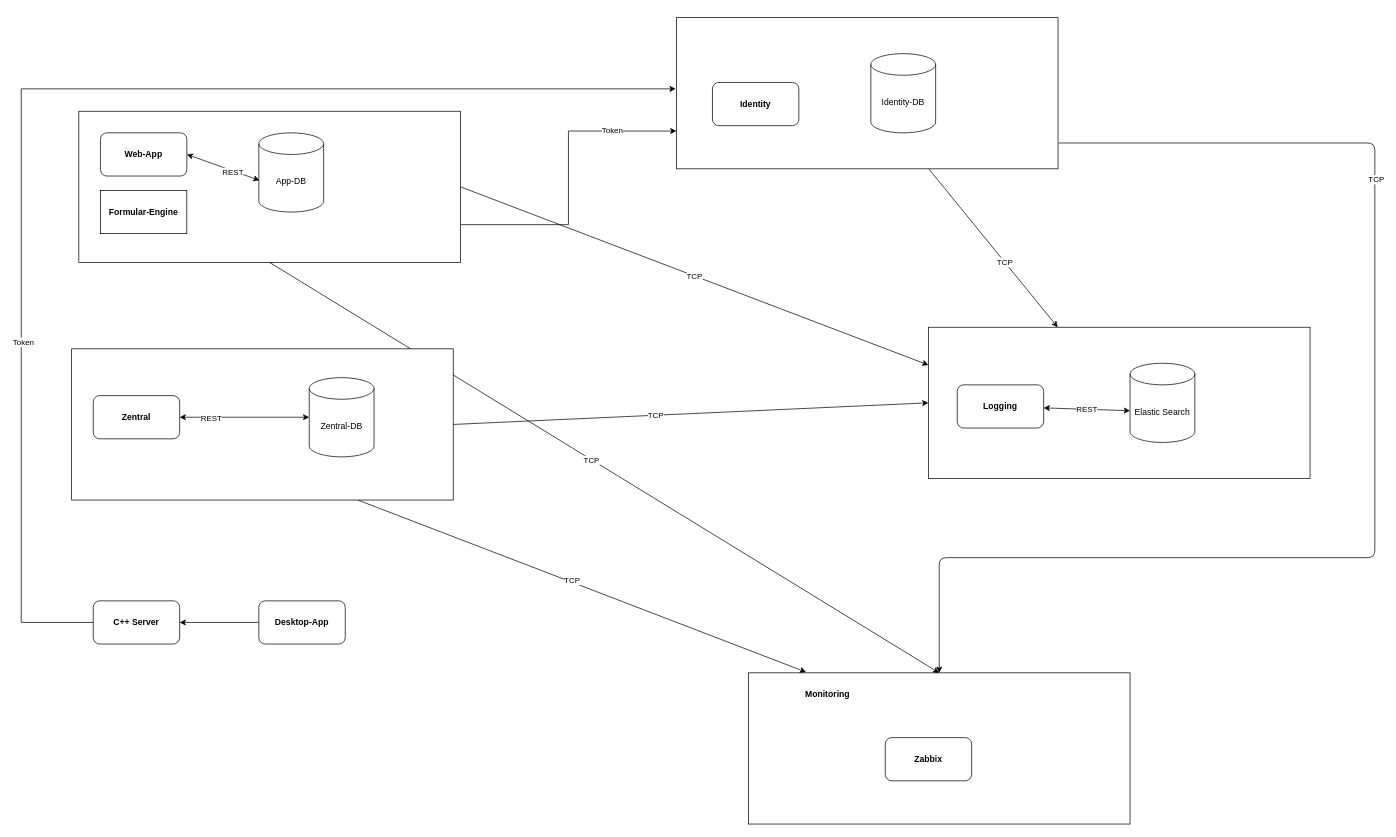
mats68/next-gen-diagramm keeps this draw.io diagram as NextGen.drawio. Above is the earlier version. Source tidied: cells renumbered, new cells numbered last; positions are measured from the earlier drawing's top-left corner, leaving out a move shared by most shapes. Both pictures are drawn from the tidied source at 72%, with x=0, y=0 at pixel (21, 17).
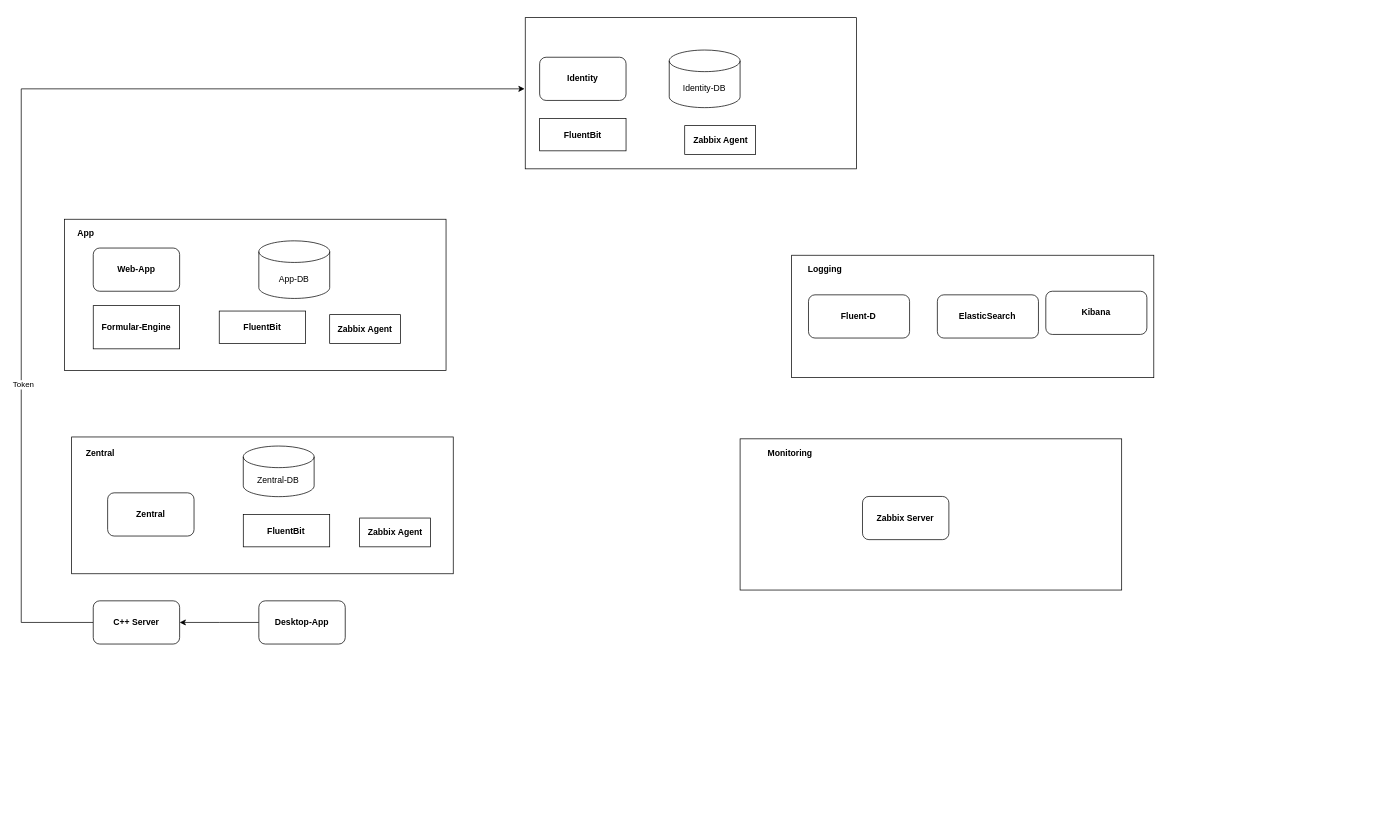
After the change.

Diff of the diagram source:
```diff
@@
-    <mxCell id="2" style="rounded=1;whiteSpace=wrap;html=1;" parent="1" vertex="1">
-      <mxGeometry x="1300" y="495" width="120" height="60" as="geometry" />
-    </mxCell>
-    <mxCell id="3" style="edgeStyle=orthogonalEdgeStyle;rounded=0;jettySize=auto;html=1;exitX=1;exitY=0.75;exitDx=0;exitDy=0;entryX=0;entryY=0.75;entryDx=0;entryDy=0;" parent="1" edge="1" source="5" target="26">
-      <mxGeometry relative="1" as="geometry" />
-    </mxCell>
-    <mxCell id="4" value="Token" style="edgeLabel;html=1;align=center;verticalAlign=middle;" parent="3" vertex="1">
-      <mxGeometry x="0.58" y="2" relative="1" as="geometry">
-        <mxPoint y="1" as="offset" />
-      </mxGeometry>
-    </mxCell>
     <mxCell id="5" style="rounded=0;whiteSpace=wrap;html=1;" parent="1" vertex="1">
-      <mxGeometry x="80" y="130" width="530" height="210" as="geometry" />
+      <mxGeometry x="60" y="280" width="530" height="210" as="geometry" />
     </mxCell>
     <mxCell id="6" value="&lt;b&gt;Web-App&lt;br&gt;&lt;/b&gt;" style="rounded=1;whiteSpace=wrap;html=1;" parent="1" vertex="1">
-      <mxGeometry x="110" y="160" width="120" height="60" as="geometry" />
+      <mxGeometry x="100" y="320" width="120" height="60" as="geometry" />
     </mxCell>
-    <mxCell id="7" style="rounded=0;whiteSpace=wrap;html=1;" parent="1" vertex="1">
-      <mxGeometry x="1260" y="430" width="530" height="210" as="geometry" />
-    </mxCell>
-    <mxCell id="8" value="TCP" style="endArrow=classic;html=1;exitX=1;exitY=0.5;exitDx=0;exitDy=0;entryX=0;entryY=0.25;entryDx=0;entryDy=0;" parent="1" edge="1" source="5" target="7">
-      <mxGeometry relative="1" as="geometry" />
-    </mxCell>
-    <mxCell id="9" style="endArrow=classic;html=1;entryX=0;entryY=0.5;entryDx=0;entryDy=0;exitX=1;exitY=0.5;exitDx=0;exitDy=0;" parent="1" edge="1" source="37" target="7">
-      <mxGeometry relative="1" as="geometry" />
-    </mxCell>
-    <mxCell id="10" value="TCP" style="edgeLabel;html=1;align=center;verticalAlign=middle;" parent="9" vertex="1">
-      <mxGeometry x="-0.15" relative="1" as="geometry" />
-    </mxCell>
-    <mxCell id="11" style="endArrow=classic;html=1;" parent="1" edge="1" source="26" target="7">
-      <mxGeometry relative="1" as="geometry" />
-    </mxCell>
-    <mxCell id="12" value="TCP" style="edgeLabel;html=1;align=center;verticalAlign=middle;" parent="11" vertex="1">
-      <mxGeometry x="0.18" relative="1" as="geometry" />
-    </mxCell>
-    <mxCell id="13" value="App-DB" style="shape=cylinder3;whiteSpace=wrap;html=1;boundedLbl=1;backgroundOutline=1;size=15;" parent="1" vertex="1">
-      <mxGeometry x="330" y="160" width="90" height="110" as="geometry" />
-    </mxCell>
-    <mxCell id="14" value="Elastic Search" style="shape=cylinder3;whiteSpace=wrap;html=1;boundedLbl=1;backgroundOutline=1;size=15;" parent="1" vertex="1">
-      <mxGeometry x="1540" y="480" width="90" height="110" as="geometry" />
-    </mxCell>
-    <mxCell id="15" style="endArrow=classic;startArrow=classic;html=1;entryX=0.011;entryY=0.6;entryDx=0;entryDy=0;entryPerimeter=0;exitX=1;exitY=0.5;exitDx=0;exitDy=0;" parent="1" edge="1" source="6" target="13">
-      <mxGeometry relative="1" as="geometry" />
-    </mxCell>
-    <mxCell id="16" value="REST" style="edgeLabel;html=1;align=center;verticalAlign=middle;" parent="15" vertex="1">
-      <mxGeometry x="0.26" y="-1" relative="1" as="geometry">
-        <mxPoint y="1" as="offset" />
-      </mxGeometry>
-    </mxCell>
-    <mxCell id="17" style="rounded=0;whiteSpace=wrap;html=1;" parent="1" vertex="1">
-      <mxGeometry x="1010" y="910" width="530" height="210" as="geometry" />
-    </mxCell>
-    <mxCell id="18" value="Monitoring&lt;br&gt;" style="text;html=1;strokeColor=none;fillColor=none;align=center;verticalAlign=middle;whiteSpace=wrap;rounded=0;fontStyle=1;" parent="1" vertex="1">
-      <mxGeometry x="1050" y="930" width="140" height="20" as="geometry" />
-    </mxCell>
-    <mxCell id="19" value="&lt;b&gt;Zabbix&lt;/b&gt;" style="rounded=1;whiteSpace=wrap;html=1;" parent="1" vertex="1">
-      <mxGeometry x="1200" y="1000" width="120" height="60" as="geometry" />
-    </mxCell>
-    <mxCell id="20" style="endArrow=classic;html=1;exitX=0.5;exitY=1;exitDx=0;exitDy=0;entryX=0.5;entryY=0;entryDx=0;entryDy=0;" parent="1" edge="1" source="5" target="17">
-      <mxGeometry relative="1" as="geometry" />
-    </mxCell>
-    <mxCell id="21" value="TCP" style="edgeLabel;html=1;align=center;verticalAlign=middle;" parent="20" vertex="1">
-      <mxGeometry x="-0.04" y="-1" relative="1" as="geometry" />
-    </mxCell>
-    <mxCell id="22" style="endArrow=classic;html=1;entryX=0.151;entryY=-0.005;entryDx=0;entryDy=0;entryPerimeter=0;exitX=0.75;exitY=1;exitDx=0;exitDy=0;" parent="1" edge="1" source="37" target="17">
-      <mxGeometry relative="1" as="geometry" />
-    </mxCell>
-    <mxCell id="23" value="TCP" style="edgeLabel;html=1;align=center;verticalAlign=middle;" parent="22" vertex="1">
-      <mxGeometry x="-0.05" y="2" relative="1" as="geometry" />
-    </mxCell>
-    <mxCell id="24" style="endArrow=classic;html=1;exitX=1.002;exitY=0.829;exitDx=0;exitDy=0;exitPerimeter=0;edgeStyle=orthogonalEdgeStyle;" parent="1" edge="1" source="26" target="17">
-      <mxGeometry relative="1" as="geometry">
-        <Array as="points">
-          <mxPoint x="1880" y="174" />
-          <mxPoint x="1880" y="750" />
-          <mxPoint x="1275" y="750" />
-        </Array>
-      </mxGeometry>
-    </mxCell>
-    <mxCell id="25" value="TCP" style="edgeLabel;html=1;align=center;verticalAlign=middle;" parent="24" vertex="1">
-      <mxGeometry x="-0.45" y="1" relative="1" as="geometry" />
-    </mxCell>
     <mxCell id="26" style="rounded=0;whiteSpace=wrap;html=1;" parent="1" vertex="1">
-      <mxGeometry x="910" width="530" height="210" as="geometry" />
+      <mxGeometry x="700" width="460" height="210" as="geometry" />
     </mxCell>
     <mxCell id="27" value="&lt;b&gt;Identity&lt;/b&gt;" style="rounded=1;whiteSpace=wrap;html=1;" parent="1" vertex="1">
-      <mxGeometry x="960" y="90" width="120" height="60" as="geometry" />
+      <mxGeometry x="720" y="55" width="120" height="60" as="geometry" />
     </mxCell>
-    <mxCell id="28" value="Identity-DB" style="shape=cylinder3;whiteSpace=wrap;html=1;boundedLbl=1;backgroundOutline=1;size=15;" parent="1" vertex="1">
-      <mxGeometry x="1180" y="50" width="90" height="110" as="geometry" />
-    </mxCell>
-    <mxCell id="29" value="&lt;b&gt;Logging&lt;/b&gt;" style="rounded=1;whiteSpace=wrap;html=1;" parent="1" vertex="1">
-      <mxGeometry x="1300" y="510" width="120" height="60" as="geometry" />
-    </mxCell>
@@
-    <mxCell id="35" style="group;" parent="1" vertex="1">
-      <mxGeometry x="70" y="460" width="530" height="210" as="geometry" />
-    </mxCell>
-    <mxCell id="36" style="group;" parent="35" vertex="1">
-      <mxGeometry width="530" height="210" as="geometry" />
-    </mxCell>
+    <mxCell id="43" value="Formular-Engine" style="rounded=0;whiteSpace=wrap;html=1;fontStyle=1;" parent="1" vertex="1">
+      <mxGeometry x="100" y="400" width="120" height="60" as="geometry" />
+    </mxCell>
+    <mxCell id="44" style="group;" parent="1" vertex="1">
+      <mxGeometry x="1070" y="330" width="503" height="170" as="geometry" />
+    </mxCell>
+    <mxCell id="45" style="rounded=0;whiteSpace=wrap;html=1;" parent="44" vertex="1">
+      <mxGeometry width="503" height="170" as="geometry" />
+    </mxCell>
+    <mxCell id="46" style="group;" parent="44" vertex="1">
+      <mxGeometry x="23.4" y="10" width="470" height="105" as="geometry" />
+    </mxCell>
+    <mxCell id="29" value="&lt;b&gt;Logging&lt;/b&gt;" style="text;html=1;strokeColor=none;fillColor=none;align=center;verticalAlign=middle;whiteSpace=wrap;rounded=0;" parent="46" vertex="1">
+      <mxGeometry width="46.8" height="20" as="geometry" />
+    </mxCell>
+    <mxCell id="47" value="&lt;b&gt;Fluent-D&lt;/b&gt;" style="rounded=1;whiteSpace=wrap;html=1;" parent="46" vertex="1">
+      <mxGeometry y="45" width="140.4" height="60" as="geometry" />
+    </mxCell>
+    <mxCell id="48" value="&lt;b&gt;ElasticSearch&lt;br&gt;&lt;/b&gt;" style="rounded=1;whiteSpace=wrap;html=1;" parent="46" vertex="1">
+      <mxGeometry x="179" y="45" width="140.4" height="60" as="geometry" />
+    </mxCell>
+    <mxCell id="49" value="&lt;b&gt;Kibana&lt;/b&gt;" style="rounded=1;whiteSpace=wrap;html=1;" parent="46" vertex="1">
+      <mxGeometry x="329.6" y="40" width="140.4" height="60" as="geometry" />
+    </mxCell>
+    <mxCell id="50" style="edgeStyle=none;rounded=0;orthogonalLoop=1;jettySize=auto;html=1;exitX=0;exitY=0;exitDx=0;exitDy=0;" parent="1" edge="1" source="26" target="26">
+      <mxGeometry relative="1" as="geometry" />
+    </mxCell>
+    <mxCell id="51" style="edgeStyle=none;rounded=0;orthogonalLoop=1;jettySize=auto;html=1;exitX=1;exitY=1;exitDx=0;exitDy=0;" parent="1" edge="1" source="26" target="26">
+      <mxGeometry relative="1" as="geometry" />
+    </mxCell>
+    <mxCell id="52" style="edgeStyle=none;rounded=0;orthogonalLoop=1;jettySize=auto;html=1;exitX=1;exitY=0.5;exitDx=0;exitDy=0;" parent="1" edge="1" source="26" target="26">
+      <mxGeometry relative="1" as="geometry" />
+    </mxCell>
+    <mxCell id="13" value="App-DB" style="shape=cylinder3;whiteSpace=wrap;html=1;boundedLbl=1;backgroundOutline=1;size=15;" parent="1" vertex="1">
+      <mxGeometry x="330" y="310" width="98.4" height="80" as="geometry" />
+    </mxCell>
+    <mxCell id="53" value="&lt;b&gt;App&lt;/b&gt;" style="text;html=1;strokeColor=none;fillColor=none;align=center;verticalAlign=middle;whiteSpace=wrap;rounded=0;" parent="1" vertex="1">
+      <mxGeometry x="70" y="290" width="40" height="20" as="geometry" />
+    </mxCell>
+    <mxCell id="28" value="Identity-DB" style="shape=cylinder3;whiteSpace=wrap;html=1;boundedLbl=1;backgroundOutline=1;size=15;" parent="1" vertex="1">
+      <mxGeometry x="900" y="45" width="98.4" height="80" as="geometry" />
+    </mxCell>
-    <mxCell id="37" style="rounded=0;whiteSpace=wrap;html=1;" parent="36" vertex="1">
-      <mxGeometry width="530" height="210" as="geometry" />
+    <mxCell id="37" style="rounded=0;whiteSpace=wrap;html=1;" parent="1" vertex="1">
+      <mxGeometry x="70" y="582.4" width="530" height="190" as="geometry" />
     </mxCell>
-    <mxCell id="38" value="&lt;b&gt;Zentral&lt;/b&gt;" style="rounded=1;whiteSpace=wrap;html=1;" parent="36" vertex="1">
-      <mxGeometry x="30" y="65" width="120" height="60" as="geometry" />
+    <mxCell id="38" value="&lt;b&gt;Zentral&lt;/b&gt;" style="rounded=1;whiteSpace=wrap;html=1;" parent="1" vertex="1">
+      <mxGeometry x="120" y="660" width="120" height="60" as="geometry" />
     </mxCell>
-    <mxCell id="39" value="Zentral-DB" style="shape=cylinder3;whiteSpace=wrap;html=1;boundedLbl=1;backgroundOutline=1;size=15;" parent="36" vertex="1">
-      <mxGeometry x="330" y="40" width="90" height="110" as="geometry" />
+    <mxCell id="39" value="Zentral-DB" style="shape=cylinder3;whiteSpace=wrap;html=1;boundedLbl=1;backgroundOutline=1;size=15;" parent="1" vertex="1">
+      <mxGeometry x="308.4" y="595" width="98.4" height="70.3" as="geometry" />
     </mxCell>
-    <mxCell id="40" style="endArrow=classic;startArrow=classic;html=1;entryX=0;entryY=0.5;entryDx=0;entryDy=0;entryPerimeter=0;exitX=1;exitY=0.5;exitDx=0;exitDy=0;" parent="36" edge="1" source="38" target="39">
-      <mxGeometry relative="1" as="geometry" />
-    </mxCell>
-    <mxCell id="41" value="REST" style="edgeLabel;html=1;align=center;verticalAlign=middle;" parent="40" vertex="1">
-      <mxGeometry x="-0.52" y="-1" relative="1" as="geometry" />
-    </mxCell>
-    <mxCell id="42" value="REST" style="endArrow=classic;startArrow=classic;html=1;entryX=0;entryY=0.6;entryDx=0;entryDy=0;entryPerimeter=0;" parent="1" edge="1" source="29" target="14">
-      <mxGeometry relative="1" as="geometry" />
-    </mxCell>
-    <mxCell id="43" value="Formular-Engine" style="rounded=0;whiteSpace=wrap;html=1;fontStyle=1;" parent="1" vertex="1">
-      <mxGeometry x="110" y="240" width="120" height="60" as="geometry" />
-    </mxCell>
+    <mxCell id="54" value="&lt;b&gt;Zentral&lt;/b&gt;" style="text;html=1;strokeColor=none;fillColor=none;align=center;verticalAlign=middle;whiteSpace=wrap;rounded=0;" parent="1" vertex="1">
+      <mxGeometry x="90" y="595" width="40" height="20" as="geometry" />
+    </mxCell>
+    <mxCell id="55" value="&lt;b&gt;FluentBit&lt;/b&gt;" style="rounded=0;whiteSpace=wrap;html=1;" parent="1" vertex="1">
+      <mxGeometry x="720" y="140" width="120" height="45" as="geometry" />
+    </mxCell>
+    <mxCell id="56" value="&lt;b&gt;FluentBit&lt;/b&gt;" style="rounded=0;whiteSpace=wrap;html=1;" parent="1" vertex="1">
+      <mxGeometry x="308.4" y="690" width="120" height="45" as="geometry" />
+    </mxCell>
+    <mxCell id="57" value="&lt;b&gt;FluentBit&lt;/b&gt;" style="rounded=0;whiteSpace=wrap;html=1;" parent="1" vertex="1">
+      <mxGeometry x="275" y="407.5" width="120" height="45" as="geometry" />
+    </mxCell>
+    <mxCell id="58" value="&lt;b&gt;Zabbix Agent&lt;/b&gt;" style="rounded=0;whiteSpace=wrap;html=1;" parent="1" vertex="1">
+      <mxGeometry x="921.5" y="150" width="98.5" height="40" as="geometry" />
+    </mxCell>
+    <mxCell id="59" value="&lt;b&gt;Zabbix Agent&lt;/b&gt;" style="rounded=0;whiteSpace=wrap;html=1;" parent="1" vertex="1">
+      <mxGeometry x="428.4" y="412.5" width="98.5" height="40" as="geometry" />
+    </mxCell>
+    <mxCell id="60" value="&lt;b&gt;Zabbix Agent&lt;/b&gt;" style="rounded=0;whiteSpace=wrap;html=1;" parent="1" vertex="1">
+      <mxGeometry x="470" y="695" width="98.5" height="40" as="geometry" />
+    </mxCell>
+    <mxCell id="61" style="group;" parent="1" vertex="1">
+      <mxGeometry x="998.4" y="585" width="530" height="210" as="geometry" />
+    </mxCell>
+    <mxCell id="17" style="rounded=0;whiteSpace=wrap;html=1;" parent="61" vertex="1">
+      <mxGeometry width="530" height="210" as="geometry" />
+    </mxCell>
+    <mxCell id="18" value="Monitoring&lt;br&gt;" style="text;html=1;strokeColor=none;fillColor=none;align=center;verticalAlign=middle;whiteSpace=wrap;rounded=0;fontStyle=1;" parent="61" vertex="1">
+      <mxGeometry y="10" width="140" height="20" as="geometry" />
+    </mxCell>
+    <mxCell id="19" value="&lt;b&gt;Zabbix Server&lt;/b&gt;" style="rounded=1;whiteSpace=wrap;html=1;" parent="61" vertex="1">
+      <mxGeometry x="170" y="80" width="120" height="60" as="geometry" />
+    </mxCell>
```
